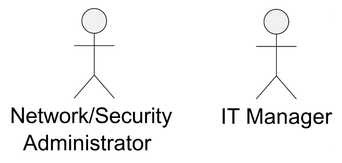
Above: diagrams/actors.png in Amira-BOUAFIF/pfe-nids-report (PlantUML), before the change. Its source is kept beside it as diagrams/code/actors.puml.
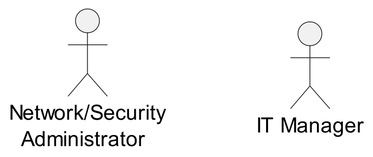
The same diagram one commit later.

The edit, as a diff of the source:
```diff
@@ -1,12 +1,10 @@
 @startuml Actors
+skinparam dpi 300
 left to right direction
 
 actor "Network/Security\n  Administrator" as Admin
 actor "IT Manager" as ITM
 
-rectangle "     <<actor>>\n\nEmail Service\n" as DE
-
 Admin -[hidden]-> ITM
-ITM -[hidden]-> DE
 
 @enduml
```
